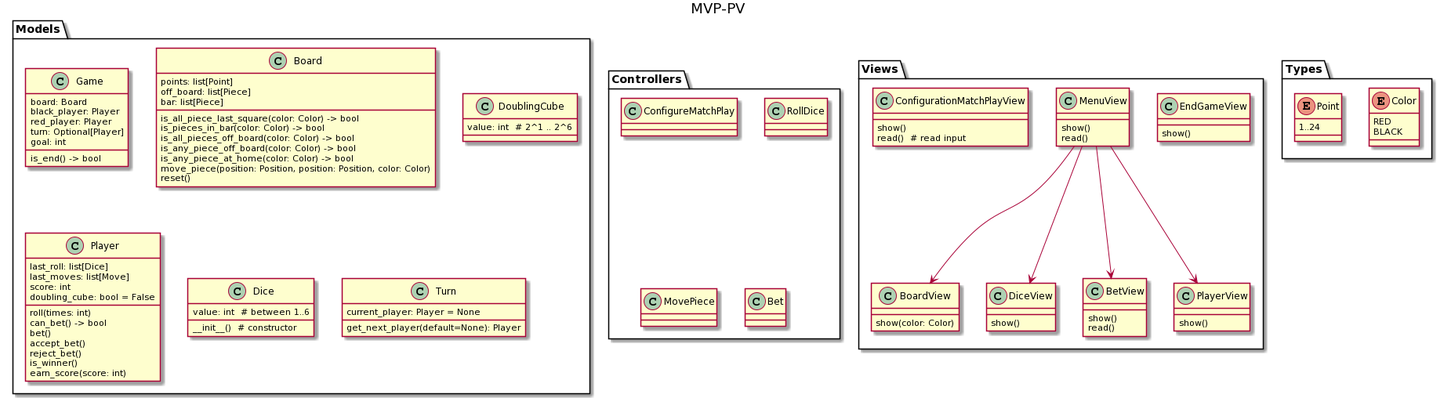
Above: docs/analysis/analysis.png in USantaTecla-game-backgammon/backgammon (PlantUML), before the change.
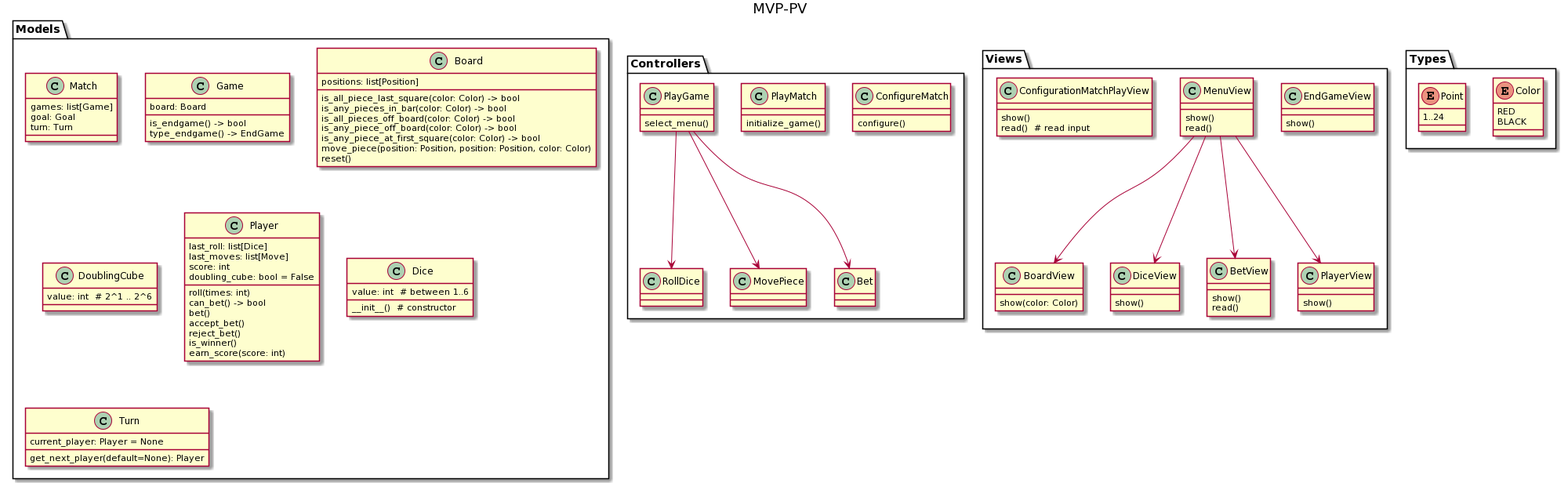
Later version of the same file.

Commit message:
Update domain_model and analysis diagrams

Diff of the diagram source:
```diff
@@ -2,26 +2,27 @@
 title MVP-PV
 
 package Models {
+    class Match {
+        games: list[Game]
+        goal: Goal
+        turn: Turn
+
+    }
     class Game {
         board: Board
-        black_player: Player
-        red_player: Player
-        turn: Optional[Player]
-        goal: int
 
-        is_end() -> bool
+        is_endgame() -> bool
+        type_endgame() -> EndGame
     }
 
     class Board {
-        points: list[Point]
-        off_board: list[Piece]
-        bar: list[Piece]
+        positions: list[Position]
 
         is_all_piece_last_square(color: Color) -> bool
-        is_pieces_in_bar(color: Color) -> bool
+        is_any_pieces_in_bar(color: Color) -> bool
         is_all_pieces_off_board(color: Color) -> bool
         is_any_piece_off_board(color: Color) -> bool
-        is_any_piece_at_home(color: Color) -> bool
+        is_any_piece_at_first_square(color: Color) -> bool
         move_piece(position: Position, position: Position, color: Color)
         reset()
     }
@@ -57,10 +58,22 @@
 }
 
 package Controllers {
-    class ConfigureMatchPlay
+    class ConfigureMatch {
+        configure()
+    }
+    class PlayMatch {
+        initialize_game()
+    }
+    class PlayGame {
+        select_menu()
+    }
     class RollDice
     class MovePiece
     class Bet
+
+    PlayGame --> RollDice
+    PlayGame --> MovePiece
+    PlayGame --> Bet
 }
 
 package Views {
```
